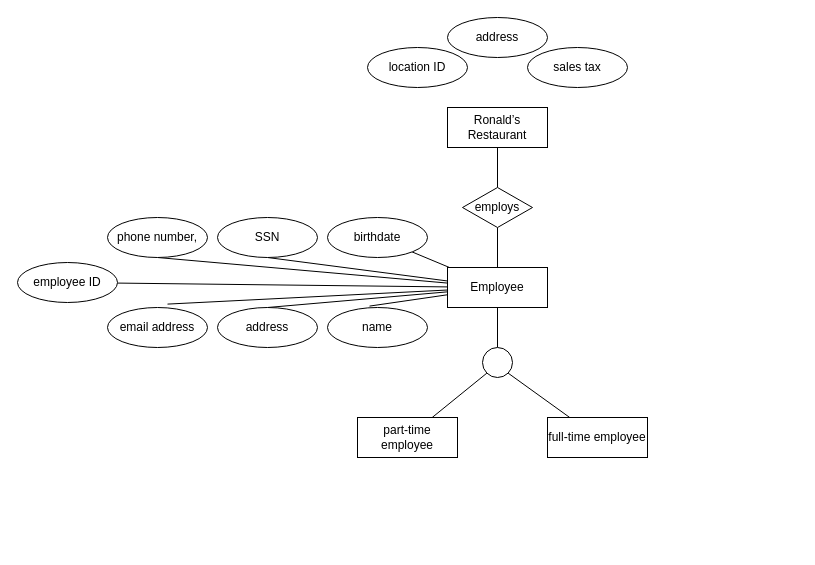
This is Untitled Diagram.drawio from forpersonaluseonly/BSCS2BPub, a draw.io file, before an edit. Source tidied: cells renumbered, new cells numbered last; positions are measured from the earlier drawing's top-left corner, leaving out a move shared by most shapes. Both pictures are drawn from the tidied source at 100%, with x=0, y=0 at pixel (17, 17).
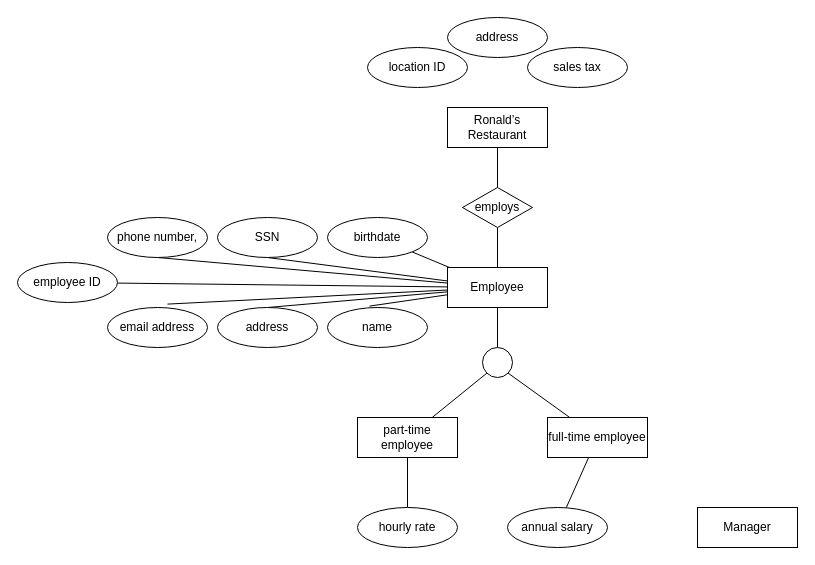
Above is the later version.

Unchanged cells that the change refers to:
```xml
<mxCell id="27" value="part-time employee" style="whiteSpace=wrap;html=1;align=center;" parent="1" vertex="1">
  <mxGeometry x="340" y="400" width="100" height="40" as="geometry" />
</mxCell>
<mxCell id="29" value="full-time employee" style="whiteSpace=wrap;html=1;align=center;" parent="1" vertex="1">
  <mxGeometry x="530" y="400" width="100" height="40" as="geometry" />
</mxCell>
```

What changed in the source:
```diff
@@
+    <mxCell id="30" style="rounded=0;jettySize=auto;html=1;entryX=0.5;entryY=1;entryDx=0;entryDy=0;endArrow=none;endFill=0;" parent="1" edge="1" source="31" target="27">
+      <mxGeometry relative="1" as="geometry" />
+    </mxCell>
+    <mxCell id="31" value="hourly rate" style="ellipse;whiteSpace=wrap;html=1;align=center;" parent="1" vertex="1">
+      <mxGeometry x="340" y="490" width="100" height="40" as="geometry" />
+    </mxCell>
+    <mxCell id="32" style="rounded=0;jettySize=auto;html=1;endArrow=none;endFill=0;" parent="1" edge="1" source="33" target="29">
+      <mxGeometry relative="1" as="geometry" />
+    </mxCell>
+    <mxCell id="33" value="annual salary" style="ellipse;whiteSpace=wrap;html=1;align=center;" parent="1" vertex="1">
+      <mxGeometry x="490" y="490" width="100" height="40" as="geometry" />
+    </mxCell>
+    <mxCell id="34" value="Manager" style="whiteSpace=wrap;html=1;align=center;" parent="1" vertex="1">
+      <mxGeometry x="680" y="490" width="100" height="40" as="geometry" />
+    </mxCell>
```
